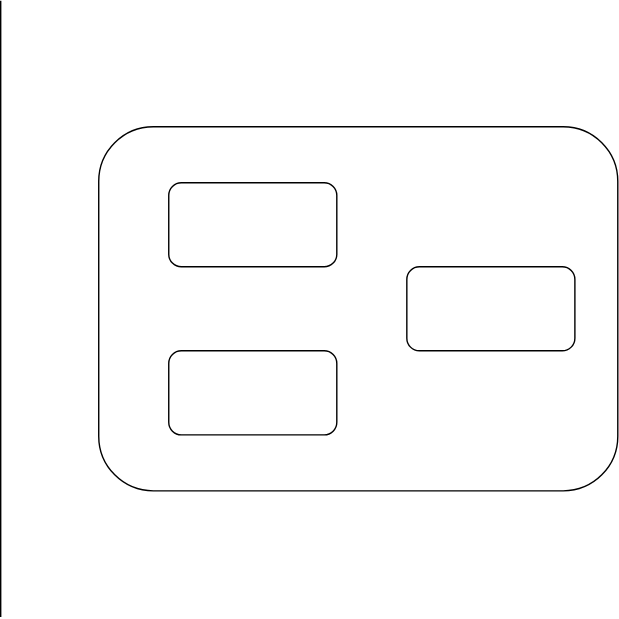
The draw.io diagram Food App Back-End Domain.svg in gauravuq/Food-App-Back-End, before a commit. Source tidied: cells renumbered, new cells last; positions are measured from the earlier drawing's top-left corner, leaving out a move shared by most shapes. Source of this version:
```xml
<mxGraphModel>
  <root>
    <mxCell id="0" />
    <mxCell id="1" parent="0" />
    <mxCell id="2" style="rounded=1;whiteSpace=wrap;html=1;" parent="1" vertex="1">
      <mxGeometry x="70" y="90" width="370.6" height="260" as="geometry" />
    </mxCell>
    <mxCell id="3" style="rounded=1;whiteSpace=wrap;html=1;" parent="1" vertex="1">
      <mxGeometry x="120" y="130" width="120" height="60" as="geometry" />
    </mxCell>
    <mxCell id="4" style="rounded=1;whiteSpace=wrap;html=1;" parent="1" vertex="1">
      <mxGeometry x="120" y="250" width="120" height="60" as="geometry" />
    </mxCell>
    <mxCell id="5" style="rounded=1;whiteSpace=wrap;html=1;" parent="1" vertex="1">
      <mxGeometry x="290" y="190" width="120" height="60" as="geometry" />
    </mxCell>
    <mxCell id="6" style="endArrow=none;html=1;" parent="1" edge="1">
      <mxGeometry relative="1" as="geometry">
        <mxPoint y="440" as="sourcePoint" />
        <mxPoint as="targetPoint" />
      </mxGeometry>
    </mxCell>
  </root>
</mxGraphModel>
```
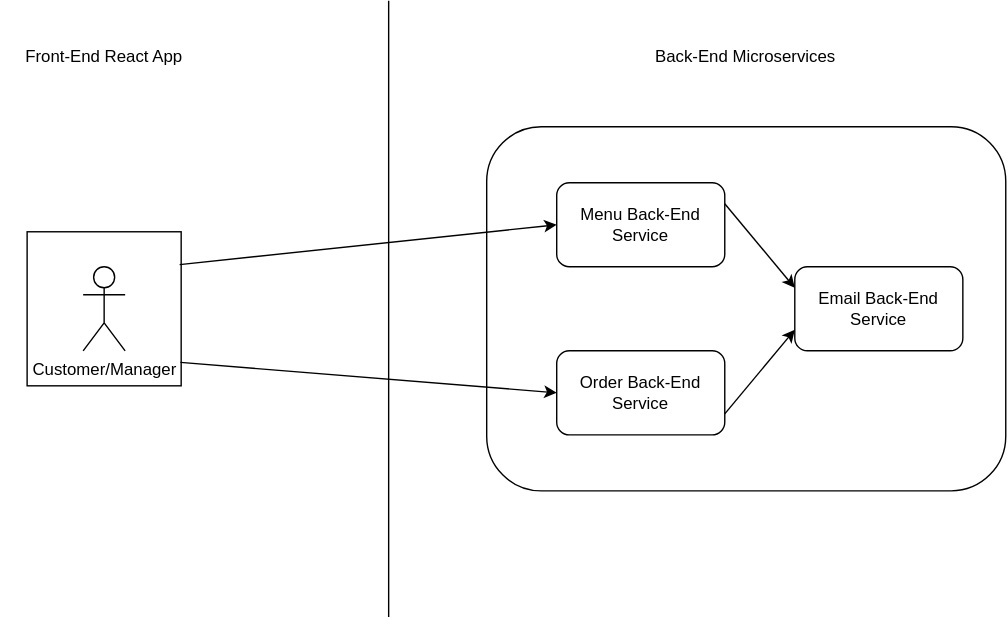
The same diagram one commit later.

Diff of the diagram source:
```diff
@@ -5,13 +5,13 @@
     <mxCell id="2" style="rounded=1;whiteSpace=wrap;html=1;" parent="1" vertex="1">
       <mxGeometry x="70" y="90" width="370.6" height="260" as="geometry" />
     </mxCell>
-    <mxCell id="3" style="rounded=1;whiteSpace=wrap;html=1;" parent="1" vertex="1">
+    <mxCell id="3" value="Menu Back-End Service" style="rounded=1;whiteSpace=wrap;html=1;" parent="1" vertex="1">
       <mxGeometry x="120" y="130" width="120" height="60" as="geometry" />
     </mxCell>
-    <mxCell id="4" style="rounded=1;whiteSpace=wrap;html=1;" parent="1" vertex="1">
+    <mxCell id="4" value="Order Back-End Service" style="rounded=1;whiteSpace=wrap;html=1;" parent="1" vertex="1">
       <mxGeometry x="120" y="250" width="120" height="60" as="geometry" />
     </mxCell>
-    <mxCell id="5" style="rounded=1;whiteSpace=wrap;html=1;" parent="1" vertex="1">
+    <mxCell id="5" value="Email Back-End Service" style="rounded=1;whiteSpace=wrap;html=1;" parent="1" vertex="1">
       <mxGeometry x="290" y="190" width="120" height="60" as="geometry" />
     </mxCell>
     <mxCell id="6" style="endArrow=none;html=1;" parent="1" edge="1">
@@ -20,5 +20,29 @@
         <mxPoint as="targetPoint" />
       </mxGeometry>
     </mxCell>
+    <mxCell id="7" style="whiteSpace=wrap;html=1;" parent="1" vertex="1">
+      <mxGeometry x="-258.2" y="165" width="110" height="110" as="geometry" />
+    </mxCell>
+    <mxCell id="8" style="endArrow=classic;html=1;exitX=1;exitY=0.75;exitDx=0;exitDy=0;entryX=0;entryY=0.75;entryDx=0;entryDy=0;" parent="1" edge="1" source="4" target="5">
+      <mxGeometry relative="1" as="geometry" />
+    </mxCell>
+    <mxCell id="9" style="endArrow=classic;html=1;exitX=1;exitY=0.25;exitDx=0;exitDy=0;entryX=0;entryY=0.25;entryDx=0;entryDy=0;" parent="1" edge="1" source="3" target="5">
+      <mxGeometry relative="1" as="geometry" />
+    </mxCell>
+    <mxCell id="10" value="Back-End Microservices" style="text;html=1;strokeColor=none;fillColor=none;align=center;verticalAlign=middle;whiteSpace=wrap;rounded=0;" parent="1" vertex="1">
+      <mxGeometry x="181.5" y="30" width="147.7" height="20" as="geometry" />
+    </mxCell>
+    <mxCell id="11" value="Front-End React App" style="text;html=1;strokeColor=none;fillColor=none;align=center;verticalAlign=middle;whiteSpace=wrap;rounded=0;" parent="1" vertex="1">
+      <mxGeometry x="-277" y="30" width="147.7" height="20" as="geometry" />
+    </mxCell>
+    <mxCell id="12" style="endArrow=classic;html=1;exitX=0.99;exitY=0.213;exitDx=0;exitDy=0;exitPerimeter=0;entryX=0;entryY=0.5;entryDx=0;entryDy=0;" parent="1" edge="1" source="7" target="3">
+      <mxGeometry relative="1" as="geometry" />
+    </mxCell>
+    <mxCell id="13" style="endArrow=classic;html=1;exitX=0.995;exitY=0.848;exitDx=0;exitDy=0;exitPerimeter=0;entryX=0;entryY=0.5;entryDx=0;entryDy=0;" parent="1" edge="1" source="7" target="4">
+      <mxGeometry relative="1" as="geometry" />
+    </mxCell>
+    <mxCell id="14" value="Customer/Manager" style="shape=umlActor;verticalLabelPosition=bottom;verticalAlign=top;html=1;" parent="1" vertex="1">
+      <mxGeometry x="-218.2" y="190" width="30" height="60" as="geometry" />
+    </mxCell>
   </root>
 </mxGraphModel>
```
